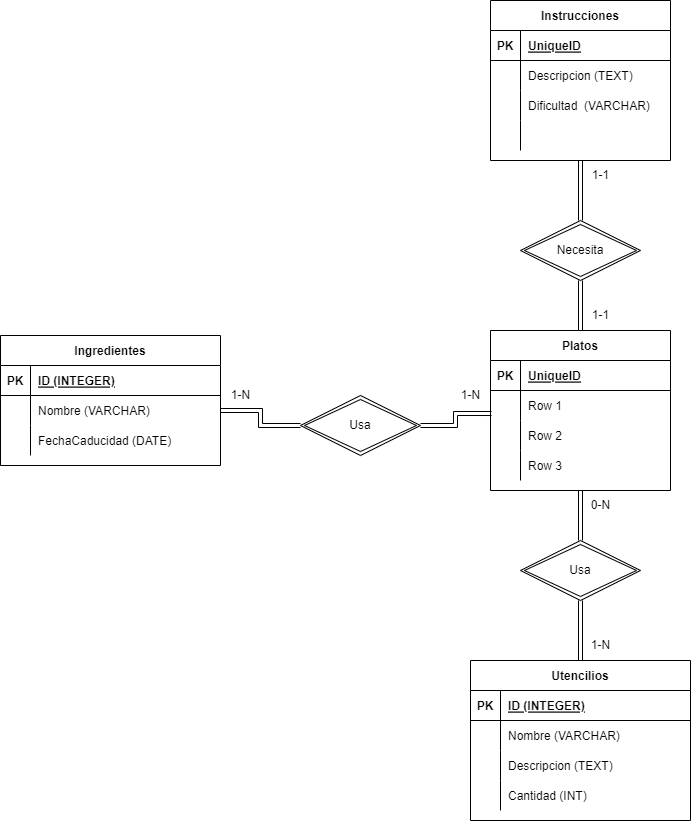
ivanhrt/UD-12 keeps this draw.io diagram as Diagrama9.png. Above is the earlier version. Source tidied: cells renumbered, new cells last; positions are measured from the earlier drawing's top-left corner, leaving out a move shared by most shapes.
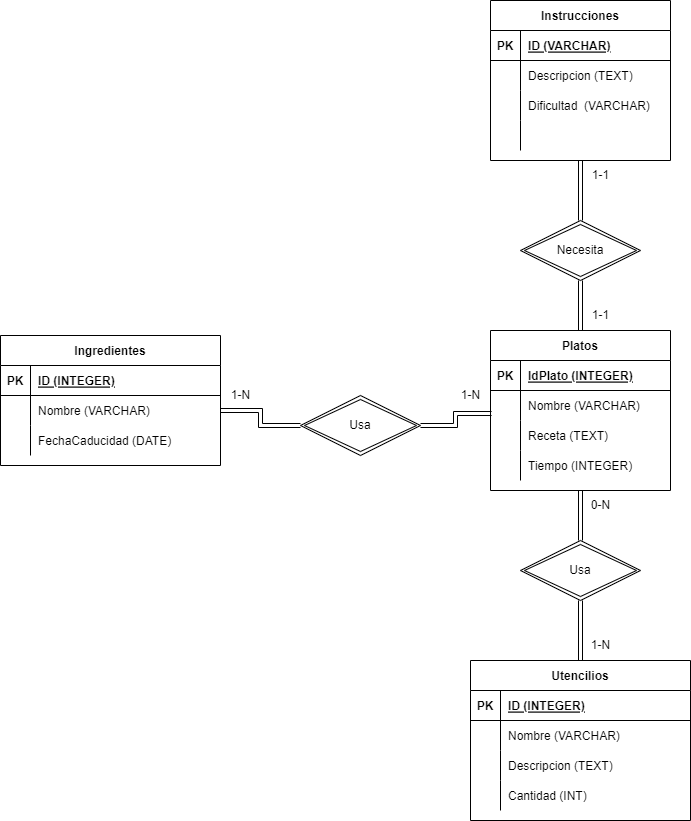
Above is the later version.

Change to the diagram source:
```diff
@@ -41,7 +41,7 @@
     <mxCell id="14" value="PK" style="shape=partialRectangle;fillColor=none;top=0;left=0;bottom=0;right=0;fontStyle=1;overflow=hidden;strokeColor=default;fontFamily=Helvetica;fontSize=12;fontColor=default;startSize=30;" parent="13" vertex="1">
       <mxGeometry width="30" height="30" as="geometry" />
     </mxCell>
-    <mxCell id="15" value="UniqueID" style="shape=partialRectangle;fillColor=none;top=0;left=0;bottom=0;right=0;align=left;spacingLeft=6;fontStyle=5;overflow=hidden;strokeColor=default;fontFamily=Helvetica;fontSize=12;fontColor=default;startSize=30;" parent="13" vertex="1">
+    <mxCell id="15" value="IdPlato (INTEGER)" style="shape=partialRectangle;fillColor=none;top=0;left=0;bottom=0;right=0;align=left;spacingLeft=6;fontStyle=5;overflow=hidden;strokeColor=default;fontFamily=Helvetica;fontSize=12;fontColor=default;startSize=30;" parent="13" vertex="1">
       <mxGeometry x="30" width="150" height="30" as="geometry" />
     </mxCell>
     <mxCell id="16" style="shape=tableRow;horizontal=0;startSize=0;swimlaneHead=0;swimlaneBody=0;fillColor=none;points=[[0,0.5],[1,0.5]];portConstraint=eastwest;top=0;left=0;right=0;bottom=0;strokeColor=default;fontFamily=Helvetica;fontSize=12;fontColor=default;" parent="12" vertex="1">
@@ -50,7 +50,7 @@
     <mxCell id="17" style="shape=partialRectangle;fillColor=none;top=0;left=0;bottom=0;right=0;overflow=hidden;strokeColor=default;fontFamily=Helvetica;fontSize=12;fontColor=default;startSize=30;" parent="16" vertex="1">
       <mxGeometry width="30" height="30" as="geometry" />
     </mxCell>
-    <mxCell id="18" value="Row 1" style="shape=partialRectangle;fillColor=none;top=0;left=0;bottom=0;right=0;align=left;spacingLeft=6;overflow=hidden;strokeColor=default;fontFamily=Helvetica;fontSize=12;fontColor=default;startSize=30;" parent="16" vertex="1">
+    <mxCell id="18" value="Nombre (VARCHAR)" style="shape=partialRectangle;fillColor=none;top=0;left=0;bottom=0;right=0;align=left;spacingLeft=6;overflow=hidden;strokeColor=default;fontFamily=Helvetica;fontSize=12;fontColor=default;startSize=30;" parent="16" vertex="1">
       <mxGeometry x="30" width="150" height="30" as="geometry" />
     </mxCell>
     <mxCell id="19" style="shape=tableRow;horizontal=0;startSize=0;swimlaneHead=0;swimlaneBody=0;fillColor=none;top=0;left=0;right=0;bottom=0;strokeColor=default;fontFamily=Helvetica;fontSize=12;fontColor=default;" parent="12" vertex="1">
@@ -59,7 +59,7 @@
     <mxCell id="20" style="shape=partialRectangle;fillColor=none;top=0;left=0;bottom=0;right=0;overflow=hidden;strokeColor=default;fontFamily=Helvetica;fontSize=12;fontColor=default;startSize=30;" parent="19" vertex="1">
       <mxGeometry width="30" height="30" as="geometry" />
     </mxCell>
-    <mxCell id="21" value="Row 2" style="shape=partialRectangle;fillColor=none;top=0;left=0;bottom=0;right=0;align=left;spacingLeft=6;overflow=hidden;strokeColor=default;fontFamily=Helvetica;fontSize=12;fontColor=default;startSize=30;" parent="19" vertex="1">
+    <mxCell id="21" value="Receta (TEXT)" style="shape=partialRectangle;fillColor=none;top=0;left=0;bottom=0;right=0;align=left;spacingLeft=6;overflow=hidden;strokeColor=default;fontFamily=Helvetica;fontSize=12;fontColor=default;startSize=30;" parent="19" vertex="1">
       <mxGeometry x="30" width="150" height="30" as="geometry" />
     </mxCell>
     <mxCell id="22" style="shape=tableRow;horizontal=0;startSize=0;swimlaneHead=0;swimlaneBody=0;fillColor=none;top=0;left=0;right=0;bottom=0;strokeColor=default;fontFamily=Helvetica;fontSize=12;fontColor=default;" parent="12" vertex="1">
@@ -68,7 +68,7 @@
     <mxCell id="23" style="shape=partialRectangle;fillColor=none;top=0;left=0;bottom=0;right=0;overflow=hidden;strokeColor=default;fontFamily=Helvetica;fontSize=12;fontColor=default;startSize=30;" parent="22" vertex="1">
       <mxGeometry width="30" height="30" as="geometry" />
     </mxCell>
-    <mxCell id="24" value="Row 3" style="shape=partialRectangle;fillColor=none;top=0;left=0;bottom=0;right=0;align=left;spacingLeft=6;overflow=hidden;strokeColor=default;fontFamily=Helvetica;fontSize=12;fontColor=default;startSize=30;" parent="22" vertex="1">
+    <mxCell id="24" value="Tiempo (INTEGER)" style="shape=partialRectangle;fillColor=none;top=0;left=0;bottom=0;right=0;align=left;spacingLeft=6;overflow=hidden;strokeColor=default;fontFamily=Helvetica;fontSize=12;fontColor=default;startSize=30;" parent="22" vertex="1">
       <mxGeometry x="30" width="150" height="30" as="geometry" />
     </mxCell>
     <mxCell id="25" style="edgeStyle=orthogonalEdgeStyle;shape=link;rounded=0;jettySize=auto;html=1;exitX=0.5;exitY=1;exitDx=0;exitDy=0;entryX=0.5;entryY=0;entryDx=0;entryDy=0;fontFamily=Helvetica;fontSize=12;fontColor=default;" parent="1" edge="1" source="26" target="40">
@@ -83,7 +83,7 @@
     <mxCell id="28" value="PK" style="shape=partialRectangle;fillColor=none;top=0;left=0;bottom=0;right=0;fontStyle=1;overflow=hidden;strokeColor=default;fontFamily=Helvetica;fontSize=12;fontColor=default;startSize=30;" parent="27" vertex="1">
       <mxGeometry width="30" height="30" as="geometry" />
     </mxCell>
-    <mxCell id="29" value="UniqueID" style="shape=partialRectangle;fillColor=none;top=0;left=0;bottom=0;right=0;align=left;spacingLeft=6;fontStyle=5;overflow=hidden;strokeColor=default;fontFamily=Helvetica;fontSize=12;fontColor=default;startSize=30;" parent="27" vertex="1">
+    <mxCell id="29" value="ID (VARCHAR)" style="shape=partialRectangle;fillColor=none;top=0;left=0;bottom=0;right=0;align=left;spacingLeft=6;fontStyle=5;overflow=hidden;strokeColor=default;fontFamily=Helvetica;fontSize=12;fontColor=default;startSize=30;" parent="27" vertex="1">
       <mxGeometry x="30" width="150" height="30" as="geometry" />
     </mxCell>
     <mxCell id="30" style="shape=tableRow;horizontal=0;startSize=0;swimlaneHead=0;swimlaneBody=0;fillColor=none;top=0;left=0;right=0;bottom=0;strokeColor=default;fontFamily=Helvetica;fontSize=12;fontColor=default;" parent="26" vertex="1">
```
